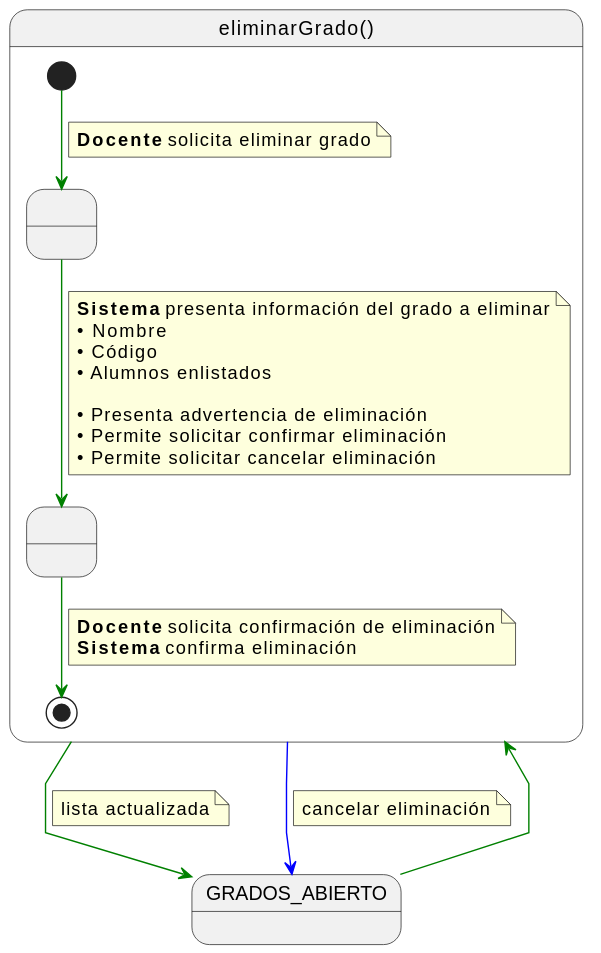
The PlantUML diagram documents/casos-de-uso/detalladoCasosDeUso/eliminarGrado/eliminarGrado.svg in martinlopez7/25-26-IdSw1-SdR, before a commit. Source of this version:
```plantuml
@startuml
skinparam linetype polyline

state eliminarGrado as "eliminarGrado()" {

    state " " as ConfirmandoEliminacion
    state " " as EliminandoGrado

    [*] -[#green]-> ConfirmandoEliminacion
    note on link
    <b>Docente</b> solicita eliminar grado
    end note

    ConfirmandoEliminacion -[#green]-> EliminandoGrado
    note on link
    <b>Sistema</b> presenta información del grado a eliminar
    • Nombre
    • Código
    • Alumnos enlistados

    • Presenta advertencia de eliminación
    • Permite solicitar confirmar eliminación
    • Permite solicitar cancelar eliminación
    end note

    EliminandoGrado -[#green]-> [*]
    note on link
    <b>Docente</b> solicita confirmación de eliminación
    <b>Sistema</b> confirma eliminación
    end note
}

GRADOS_ABIERTO -[#green]-> eliminarGrado

eliminarGrado -[#green]-> GRADOS_ABIERTO
note on link
lista actualizada
end note

eliminarGrado -[#blue]-> GRADOS_ABIERTO
note on link
cancelar eliminación
end note
@enduml
```
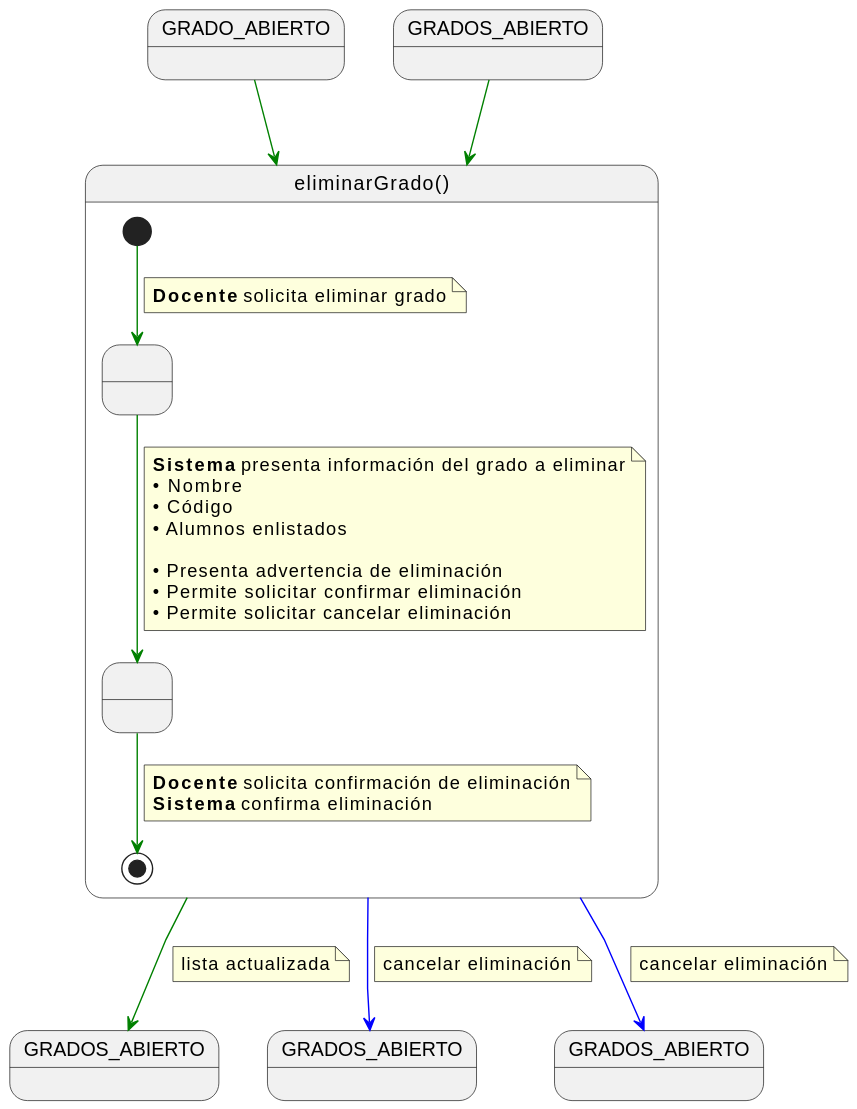
The same diagram one commit later.

Diff of the diagram source:
```diff
@@ -1,5 +1,10 @@
 @startuml
 skinparam linetype polyline
+
+state GRADO_ABIERTO
+state GRADOS_ABIERTO2 as "GRADOS_ABIERTO"
+state GRADOS_ABIERTO3 as "GRADOS_ABIERTO"
+state GRADOS_ABIERTO4 as "GRADOS_ABIERTO"
 
 state eliminarGrado as "eliminarGrado()" {
 
@@ -31,13 +36,19 @@
 }
 
 GRADOS_ABIERTO -[#green]-> eliminarGrado
+GRADO_ABIERTO -[#green]-> eliminarGrado
 
-eliminarGrado -[#green]-> GRADOS_ABIERTO
+eliminarGrado -[#green]-> GRADOS_ABIERTO2
 note on link
 lista actualizada
 end note
 
-eliminarGrado -[#blue]-> GRADOS_ABIERTO
+eliminarGrado -[#blue]-> GRADOS_ABIERTO3
+note on link
+cancelar eliminación
+end note
+
+eliminarGrado -[#blue]-> GRADOS_ABIERTO4
 note on link
 cancelar eliminación
 end note
```
